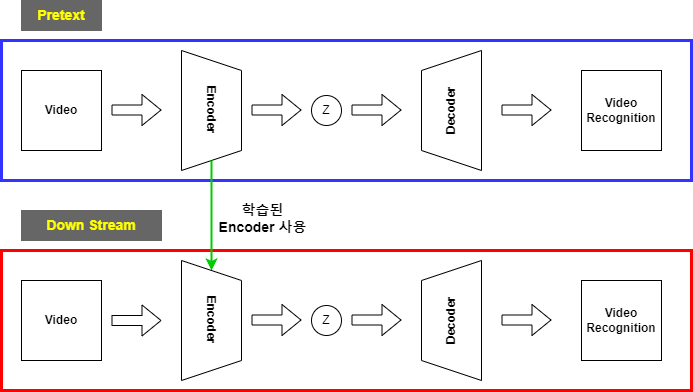
Before: 연구주제.drawio.png, a diagram exported from draw.io (Kyoungrae-Noh/Self-Supervised-Learning). Source tidied: cells renumbered, new cells last; positions are measured from the earlier drawing's top-left corner, leaving out a move shared by most shapes.
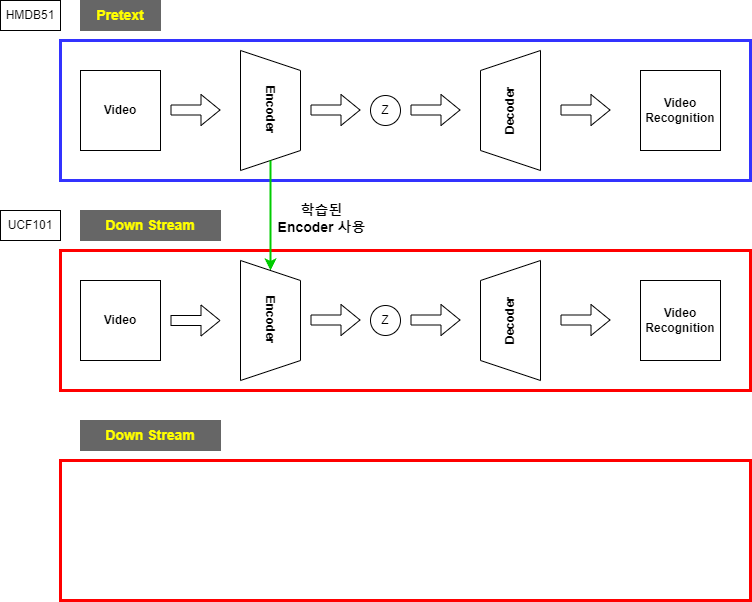
After the change.

Commit message:
연구주제.drawio.png 업데이트

What changed in the source:
```diff
@@ -102,5 +102,17 @@
         <mxPoint x="400" y="319.5" as="targetPoint" />
       </mxGeometry>
     </mxCell>
+    <mxCell id="26" value="&lt;b&gt;&lt;font color=&quot;#ffff00&quot; style=&quot;font-size: 14px;&quot;&gt;Down Stream&lt;/font&gt;&lt;/b&gt;" style="rounded=0;whiteSpace=wrap;html=1;fillColor=#666666;strokeColor=#666666;" parent="1" vertex="1">
+      <mxGeometry x="20" y="420" width="140" height="30" as="geometry" />
+    </mxCell>
+    <mxCell id="27" style="rounded=0;whiteSpace=wrap;html=1;strokeColor=#FF0000;strokeWidth=3;fontColor=#3333FF;fillColor=none;labelBackgroundColor=#FFFFFF;" parent="1" vertex="1">
+      <mxGeometry y="460" width="690" height="140" as="geometry" />
+    </mxCell>
+    <mxCell id="28" value="HMDB51" style="whiteSpace=wrap;html=1;" parent="1" vertex="1">
+      <mxGeometry x="-60" width="60" height="30" as="geometry" />
+    </mxCell>
+    <mxCell id="29" value="UCF101" style="whiteSpace=wrap;html=1;" parent="1" vertex="1">
+      <mxGeometry x="-60" y="210" width="60" height="30" as="geometry" />
+    </mxCell>
   </root>
 </mxGraphModel>
```
